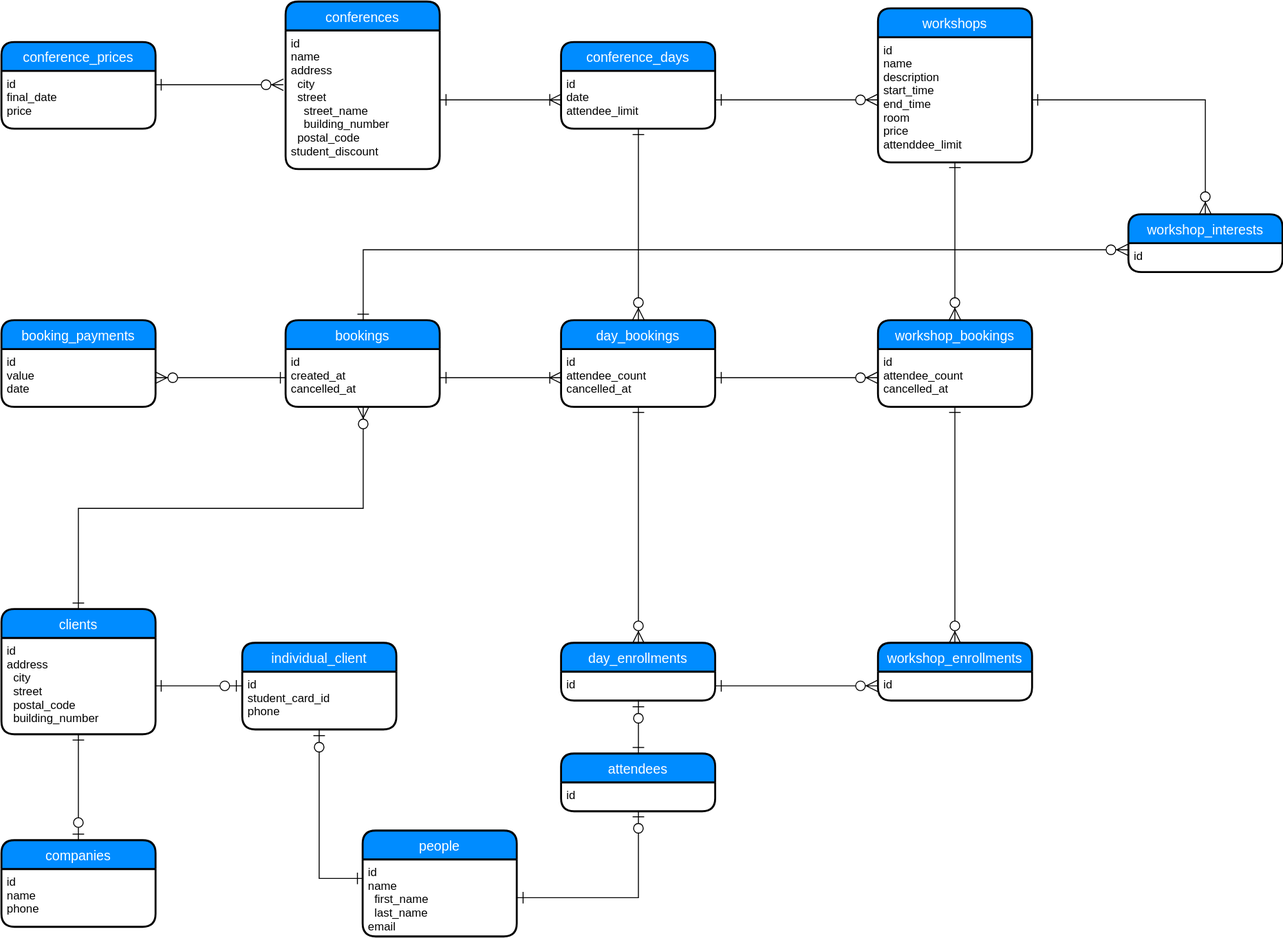
Before: docs/er_diagram.svg, a diagram exported from draw.io (jonatanklosko/conferences-db). Source tidied: cells renumbered, new cells last; positions are measured from the earlier drawing's top-left corner, leaving out a move shared by most shapes.
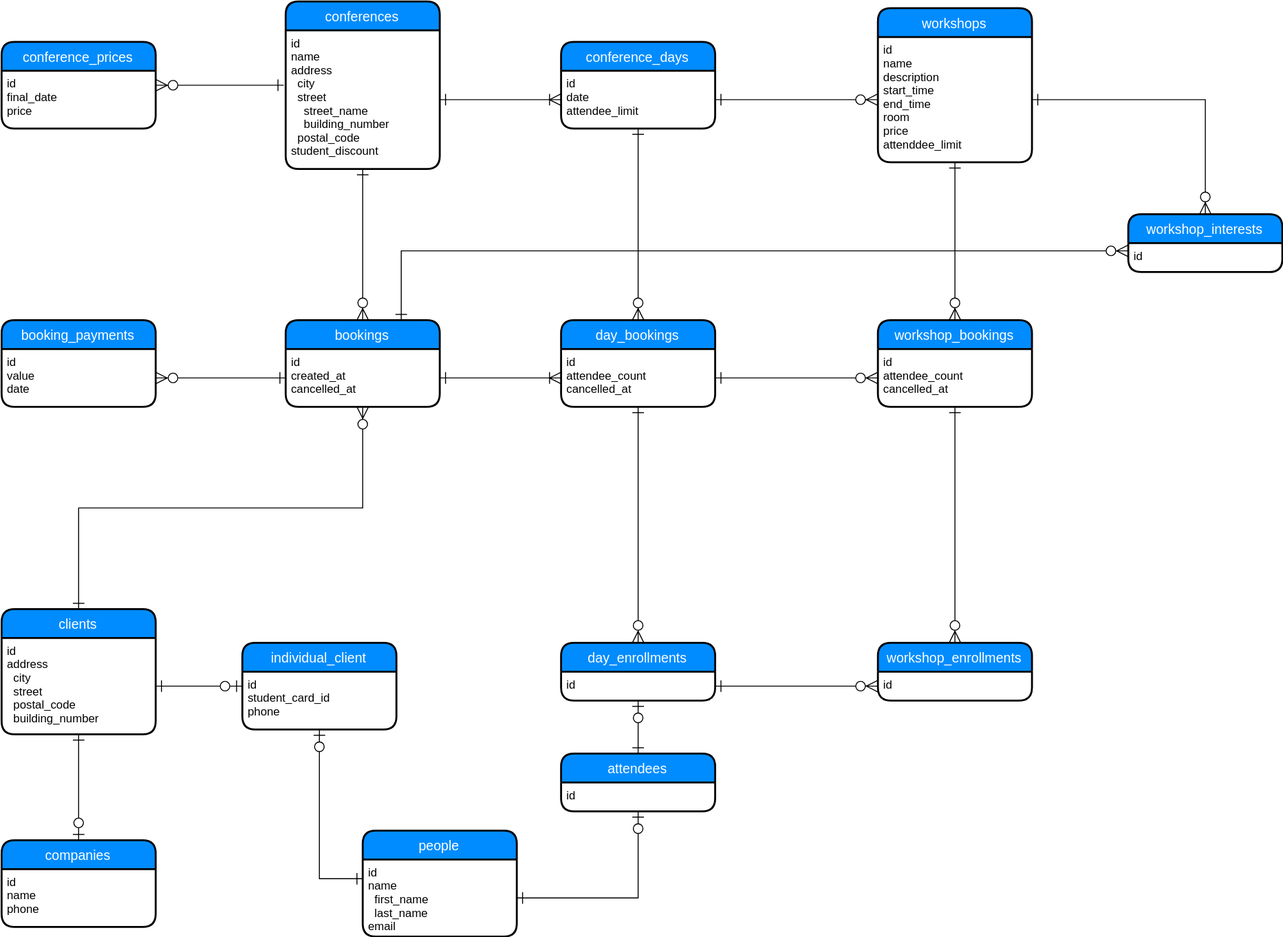
After the commit.

Change to the diagram source:
```diff
@@ -20,7 +20,7 @@
     <mxCell id="7" value="id&#10;value&#10;date" style="align=left;strokeColor=none;fillColor=none;spacingLeft=4;fontSize=12;verticalAlign=top;" parent="6" vertex="1">
       <mxGeometry y="30" width="160" height="60" as="geometry" />
     </mxCell>
-    <mxCell id="8" style="edgeStyle=entityRelationEdgeStyle;fontSize=12;html=1;endArrow=ERzeroToMany;startArrow=ERone;startFill=0;exitX=1;exitY=0.25;exitDx=0;exitDy=0;entryX=-0.01;entryY=0.394;entryDx=0;entryDy=0;entryPerimeter=0;jumpSize=6;endSize=10;startSize=10;" parent="1" edge="1" source="3" target="10">
+    <mxCell id="8" style="edgeStyle=entityRelationEdgeStyle;fontSize=12;html=1;endArrow=ERone;startArrow=ERzeroToMany;startFill=1;exitX=1;exitY=0.25;exitDx=0;exitDy=0;entryX=-0.01;entryY=0.394;entryDx=0;entryDy=0;entryPerimeter=0;jumpSize=6;endSize=10;startSize=10;endFill=0;" parent="1" edge="1" source="3" target="10">
       <mxGeometry relative="1" as="geometry" />
     </mxCell>
     <mxCell id="9" value="conferences" style="swimlane;horizontal=1;startSize=30;fillColor=#008cff;fontColor=#FFFFFF;rounded=1;fontSize=14;fontStyle=0;strokeWidth=2;shadow=0;dashed=0;align=center;" parent="1" vertex="1">
@@ -41,9 +41,12 @@
     <mxCell id="14" style="edgeStyle=orthogonalEdgeStyle;rounded=0;jumpSize=6;jettySize=auto;html=1;exitX=1;exitY=0.5;exitDx=0;exitDy=0;startArrow=ERone;startFill=0;startSize=10;endArrow=ERzeroToMany;endFill=1;endSize=10;entryX=0;entryY=0.5;entryDx=0;entryDy=0;" parent="1" edge="1" source="5" target="13">
       <mxGeometry relative="1" as="geometry" />
     </mxCell>
-    <mxCell id="15" style="edgeStyle=orthogonalEdgeStyle;rounded=0;jumpSize=6;jettySize=auto;html=1;exitX=0.5;exitY=0;exitDx=0;exitDy=0;entryX=0;entryY=0.25;entryDx=0;entryDy=0;startArrow=ERone;startFill=0;startSize=10;endArrow=ERzeroToMany;endFill=1;endSize=10;" parent="1" edge="1" source="16" target="43">
+    <mxCell id="15" style="edgeStyle=orthogonalEdgeStyle;rounded=0;jumpSize=6;jettySize=auto;html=1;exitX=0.75;exitY=0;exitDx=0;exitDy=0;entryX=0;entryY=0.25;entryDx=0;entryDy=0;startArrow=ERone;startFill=0;startSize=10;endArrow=ERzeroToMany;endFill=1;endSize=10;" parent="1" edge="1" source="16" target="43">
       <mxGeometry relative="1" as="geometry" />
     </mxCell>
+    <mxCell id="53" style="edgeStyle=orthogonalEdgeStyle;rounded=0;jettySize=auto;html=1;exitX=0.5;exitY=0;exitDx=0;exitDy=0;entryX=0.5;entryY=1;entryDx=0;entryDy=0;endSize=10;startSize=10;endArrow=ERone;endFill=0;startArrow=ERzeroToMany;startFill=1;" parent="1" edge="1" source="16" target="10">
+      <mxGeometry relative="1" as="geometry" />
+    </mxCell>
     <mxCell id="16" value="bookings" style="swimlane;horizontal=1;startSize=30;fillColor=#008cff;fontColor=#FFFFFF;rounded=1;fontSize=14;fontStyle=0;strokeWidth=2;shadow=0;dashed=0;align=center;" parent="1" vertex="1">
       <mxGeometry x="295" y="331" width="160" height="90" as="geometry" />
     </mxCell>
```
